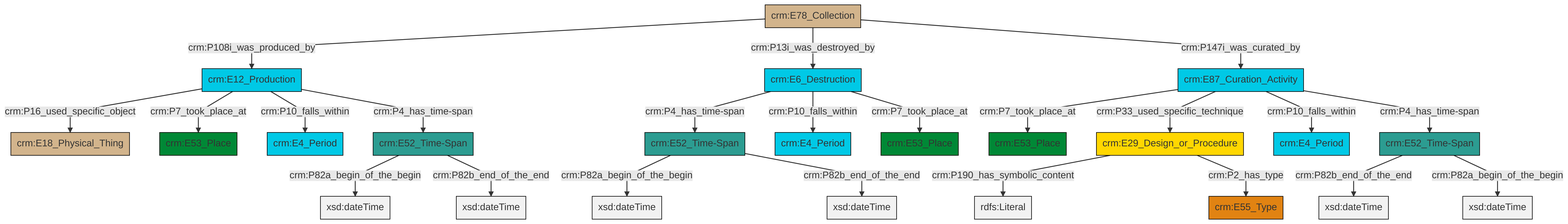
Earlier version of the Mermaid export et/archivalCSV/ttl/mmd/png/archival_existence.png (swiss-art-research-net/docs.swissartresearch). Its source is kept beside it as et/archivalCSV/ttl/mmd/archival_existence.ttl.mmd.
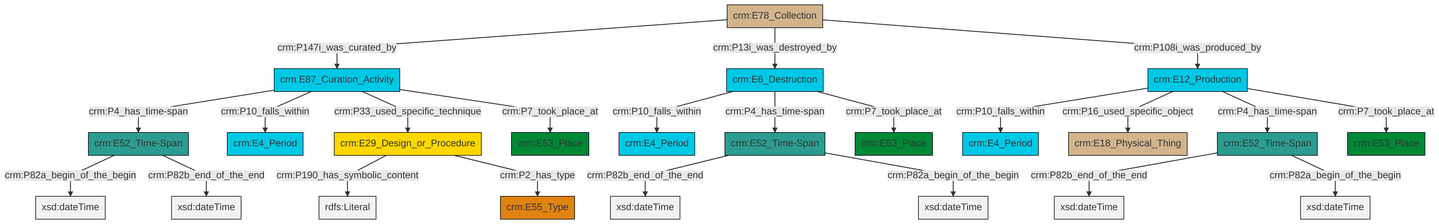
After the change.

What changed in the source:
```diff
@@ -13,25 +13,25 @@
 classDef PC_Classes fill:#4ce600, stroke:#000000;
 classDef Multi fill:#cccccc,stroke:#000000;
 
-4["crm:E52_Time-Span"]:::Time-Span -->|crm:P82a_begin_of_the_begin| 5[xsd:dateTime]:::Literal
-6["crm:E6_Destruction"]:::Temporal_Entity -->|crm:P4_has_time-span| 7["crm:E52_Time-Span"]:::Time-Span
-12["crm:E78_Collection"]:::Physical_Thing -->|crm:P108i_was_produced_by| 16["crm:E12_Production"]:::Temporal_Entity
-7["crm:E52_Time-Span"]:::Time-Span -->|crm:P82a_begin_of_the_begin| 19[xsd:dateTime]:::Literal
-2["crm:E87_Curation_Activity"]:::Temporal_Entity -->|crm:P7_took_place_at| 8["crm:E53_Place"]:::Place
-12["crm:E78_Collection"]:::Physical_Thing -->|crm:P13i_was_destroyed_by| 6["crm:E6_Destruction"]:::Temporal_Entity
-14["crm:E52_Time-Span"]:::Time-Span -->|crm:P82b_end_of_the_end| 23[xsd:dateTime]:::Literal
-10["crm:E29_Design_or_Procedure"]:::Conceptual_Object -->|crm:P190_has_symbolic_content| 24[rdfs:Literal]:::Literal
-12["crm:E78_Collection"]:::Physical_Thing -->|crm:P147i_was_curated_by| 2["crm:E87_Curation_Activity"]:::Temporal_Entity
-14["crm:E52_Time-Span"]:::Time-Span -->|crm:P82a_begin_of_the_begin| 29[xsd:dateTime]:::Literal
-16["crm:E12_Production"]:::Temporal_Entity -->|crm:P16_used_specific_object| 27["crm:E18_Physical_Thing"]:::Physical_Thing
-7["crm:E52_Time-Span"]:::Time-Span -->|crm:P82b_end_of_the_end| 35[xsd:dateTime]:::Literal
-2["crm:E87_Curation_Activity"]:::Temporal_Entity -->|crm:P33_used_specific_technique| 10["crm:E29_Design_or_Procedure"]:::Conceptual_Object
-6["crm:E6_Destruction"]:::Temporal_Entity -->|crm:P10_falls_within| 31["crm:E4_Period"]:::Temporal_Entity
-16["crm:E12_Production"]:::Temporal_Entity -->|crm:P7_took_place_at| 21["crm:E53_Place"]:::Place
-10["crm:E29_Design_or_Procedure"]:::Conceptual_Object -->|crm:P2_has_type| 36["crm:E55_Type"]:::Type
-6["crm:E6_Destruction"]:::Temporal_Entity -->|crm:P7_took_place_at| 17["crm:E53_Place"]:::Place
-16["crm:E12_Production"]:::Temporal_Entity -->|crm:P10_falls_within| 0["crm:E4_Period"]:::Temporal_Entity
-16["crm:E12_Production"]:::Temporal_Entity -->|crm:P4_has_time-span| 4["crm:E52_Time-Span"]:::Time-Span
-2["crm:E87_Curation_Activity"]:::Temporal_Entity -->|crm:P10_falls_within| 25["crm:E4_Period"]:::Temporal_Entity
-4["crm:E52_Time-Span"]:::Time-Span -->|crm:P82b_end_of_the_end| 38[xsd:dateTime]:::Literal
-2["crm:E87_Curation_Activity"]:::Temporal_Entity -->|crm:P4_has_time-span| 14["crm:E52_Time-Span"]:::Time-Span
+4["crm:E6_Destruction"]:::Temporal_Entity -->|crm:P10_falls_within| 5["crm:E4_Period"]:::Temporal_Entity
+10["crm:E29_Design_or_Procedure"]:::Conceptual_Object -->|crm:P190_has_symbolic_content| 11[rdfs:Literal]:::Literal
+4["crm:E6_Destruction"]:::Temporal_Entity -->|crm:P4_has_time-span| 2["crm:E52_Time-Span"]:::Time-Span
+12["crm:E52_Time-Span"]:::Time-Span -->|crm:P82a_begin_of_the_begin| 13[xsd:dateTime]:::Literal
+14["crm:E12_Production"]:::Temporal_Entity -->|crm:P10_falls_within| 16["crm:E4_Period"]:::Temporal_Entity
+17["crm:E78_Collection"]:::Physical_Thing -->|crm:P147i_was_curated_by| 0["crm:E87_Curation_Activity"]:::Temporal_Entity
+12["crm:E52_Time-Span"]:::Time-Span -->|crm:P82b_end_of_the_end| 18[xsd:dateTime]:::Literal
+17["crm:E78_Collection"]:::Physical_Thing -->|crm:P13i_was_destroyed_by| 4["crm:E6_Destruction"]:::Temporal_Entity
+0["crm:E87_Curation_Activity"]:::Temporal_Entity -->|crm:P4_has_time-span| 12["crm:E52_Time-Span"]:::Time-Span
+6["crm:E52_Time-Span"]:::Time-Span -->|crm:P82b_end_of_the_end| 25[xsd:dateTime]:::Literal
+17["crm:E78_Collection"]:::Physical_Thing -->|crm:P108i_was_produced_by| 14["crm:E12_Production"]:::Temporal_Entity
+6["crm:E52_Time-Span"]:::Time-Span -->|crm:P82a_begin_of_the_begin| 29[xsd:dateTime]:::Literal
+0["crm:E87_Curation_Activity"]:::Temporal_Entity -->|crm:P10_falls_within| 20["crm:E4_Period"]:::Temporal_Entity
+2["crm:E52_Time-Span"]:::Time-Span -->|crm:P82b_end_of_the_end| 30[xsd:dateTime]:::Literal
+14["crm:E12_Production"]:::Temporal_Entity -->|crm:P16_used_specific_object| 26["crm:E18_Physical_Thing"]:::Physical_Thing
+14["crm:E12_Production"]:::Temporal_Entity -->|crm:P4_has_time-span| 6["crm:E52_Time-Span"]:::Time-Span
+0["crm:E87_Curation_Activity"]:::Temporal_Entity -->|crm:P33_used_specific_technique| 10["crm:E29_Design_or_Procedure"]:::Conceptual_Object
+14["crm:E12_Production"]:::Temporal_Entity -->|crm:P7_took_place_at| 23["crm:E53_Place"]:::Place
+2["crm:E52_Time-Span"]:::Time-Span -->|crm:P82a_begin_of_the_begin| 35[xsd:dateTime]:::Literal
+10["crm:E29_Design_or_Procedure"]:::Conceptual_Object -->|crm:P2_has_type| 32["crm:E55_Type"]:::Type
+4["crm:E6_Destruction"]:::Temporal_Entity -->|crm:P7_took_place_at| 36["crm:E53_Place"]:::Place
+0["crm:E87_Curation_Activity"]:::Temporal_Entity -->|crm:P7_took_place_at| 8["crm:E53_Place"]:::Place
```
